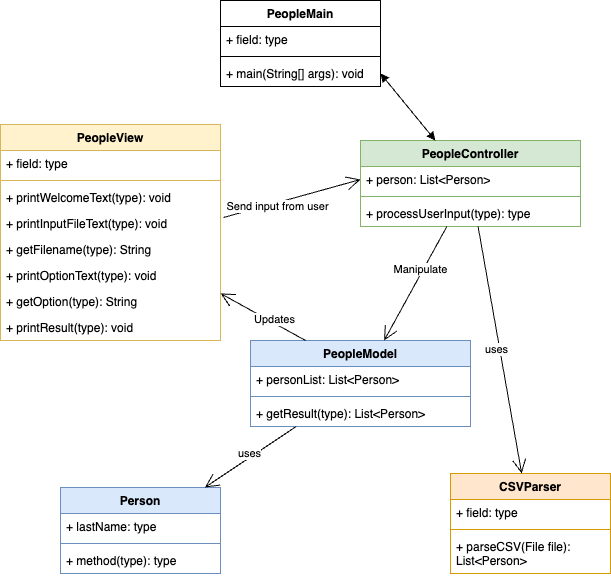
clairetsoi1129/query-people keeps this draw.io diagram as QueryPeople.drawio.png. Above is the earlier version. Source tidied: cells renumbered, new cells last; positions are measured from the earlier drawing's top-left corner, leaving out a move shared by most shapes.
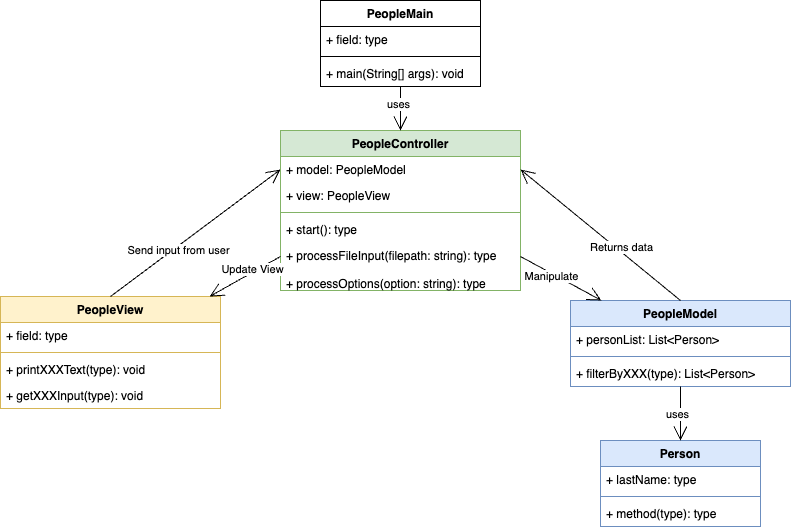
The same diagram one commit later.

Diff of the diagram source:
```diff
@@ -3,7 +3,7 @@
     <mxCell id="0" />
     <mxCell id="1" parent="0" />
     <mxCell id="2" value="Person" style="swimlane;fontStyle=1;align=center;verticalAlign=top;horizontal=1;startSize=26;whiteSpace=wrap;html=1;fillColor=#dae8fc;strokeColor=#6c8ebf;" parent="1" vertex="1">
-      <mxGeometry x="60" y="487" width="160" height="86" as="geometry" />
+      <mxGeometry x="430" y="450" width="160" height="86" as="geometry" />
     </mxCell>
     <mxCell id="3" value="+ lastName: type" style="text;strokeColor=none;fillColor=none;align=left;verticalAlign=top;spacingLeft=4;spacingRight=4;overflow=hidden;whiteSpace=wrap;html=1;" parent="2" vertex="1">
       <mxGeometry y="26" width="160" height="26" as="geometry" />
@@ -15,31 +15,28 @@
       <mxGeometry y="60" width="160" height="26" as="geometry" />
     </mxCell>
     <mxCell id="6" value="PeopleController" style="swimlane;fontStyle=1;align=center;verticalAlign=top;horizontal=1;startSize=26;whiteSpace=wrap;html=1;fillColor=#d5e8d4;strokeColor=#82b366;" parent="1" vertex="1">
-      <mxGeometry x="360" y="140" width="220" height="86" as="geometry" />
+      <mxGeometry x="110" y="140" width="240" height="160" as="geometry" />
     </mxCell>
-    <mxCell id="7" value="+ person: List&amp;lt;Person&amp;gt;" style="text;strokeColor=none;fillColor=none;align=left;verticalAlign=top;spacingLeft=4;spacingRight=4;overflow=hidden;points=[[0,0.5],[1,0.5]];portConstraint=eastwest;whiteSpace=wrap;html=1;" parent="6" vertex="1">
-      <mxGeometry y="26" width="220" height="26" as="geometry" />
+    <mxCell id="7" value="+ model: PeopleModel" style="text;strokeColor=none;fillColor=none;align=left;verticalAlign=top;spacingLeft=4;spacingRight=4;overflow=hidden;points=[[0,0.5],[1,0.5]];portConstraint=eastwest;whiteSpace=wrap;html=1;" parent="6" vertex="1">
+      <mxGeometry y="26" width="240" height="26" as="geometry" />
     </mxCell>
+    <mxCell id="42" value="+ view: PeopleView" style="text;strokeColor=none;fillColor=none;align=left;verticalAlign=top;spacingLeft=4;spacingRight=4;overflow=hidden;whiteSpace=wrap;html=1;" parent="6" vertex="1">
+      <mxGeometry y="52" width="240" height="26" as="geometry" />
+    </mxCell>
     <mxCell id="8" style="line;strokeWidth=1;fillColor=none;align=left;verticalAlign=middle;spacingTop=-1;spacingLeft=3;spacingRight=3;labelPosition=right;strokeColor=inherit;" parent="6" vertex="1">
-      <mxGeometry y="52" width="220" height="8" as="geometry" />
+      <mxGeometry y="78" width="240" height="8" as="geometry" />
     </mxCell>
+    <mxCell id="43" value="+ start(): type" style="text;strokeColor=none;fillColor=none;align=left;verticalAlign=top;spacingLeft=4;spacingRight=4;overflow=hidden;whiteSpace=wrap;html=1;" parent="6" vertex="1">
+      <mxGeometry y="86" width="240" height="26" as="geometry" />
+    </mxCell>
-    <mxCell id="9" value="+ processUserInput(type): type" style="text;strokeColor=none;fillColor=none;align=left;verticalAlign=top;spacingLeft=4;spacingRight=4;overflow=hidden;points=[[0,0.5],[1,0.5]];portConstraint=eastwest;whiteSpace=wrap;html=1;" parent="6" vertex="1">
-      <mxGeometry y="60" width="220" height="26" as="geometry" />
+    <mxCell id="9" value="+ processFileInput(filepath: string): type" style="text;strokeColor=none;fillColor=none;align=left;verticalAlign=top;spacingLeft=4;spacingRight=4;overflow=hidden;points=[[0,0.5],[1,0.5]];portConstraint=eastwest;whiteSpace=wrap;html=1;" parent="6" vertex="1">
+      <mxGeometry y="112" width="240" height="28" as="geometry" />
     </mxCell>
-    <mxCell id="10" value="CSVParser" style="swimlane;fontStyle=1;align=center;verticalAlign=top;horizontal=1;startSize=26;whiteSpace=wrap;html=1;fillColor=#ffe6cc;strokeColor=#d79b00;" parent="1" vertex="1">
-      <mxGeometry x="450" y="473" width="160" height="100" as="geometry" />
-    </mxCell>
-    <mxCell id="11" value="+ field: type" style="text;strokeColor=none;fillColor=none;align=left;verticalAlign=top;spacingLeft=4;spacingRight=4;overflow=hidden;whiteSpace=wrap;html=1;" parent="10" vertex="1">
-      <mxGeometry y="26" width="160" height="26" as="geometry" />
-    </mxCell>
-    <mxCell id="12" style="line;strokeWidth=1;fillColor=none;align=left;verticalAlign=middle;spacingTop=-1;spacingLeft=3;spacingRight=3;labelPosition=right;strokeColor=inherit;" parent="10" vertex="1">
-      <mxGeometry y="52" width="160" height="8" as="geometry" />
-    </mxCell>
-    <mxCell id="13" value="+ parseCSV(File file): List&amp;lt;Person&amp;gt;" style="text;strokeColor=none;fillColor=none;align=left;verticalAlign=top;spacingLeft=4;spacingRight=4;overflow=hidden;whiteSpace=wrap;html=1;" parent="10" vertex="1">
-      <mxGeometry y="60" width="160" height="40" as="geometry" />
-    </mxCell>
+    <mxCell id="44" value="+ processOptions(option: string): type" style="text;strokeColor=none;fillColor=none;align=left;verticalAlign=top;spacingLeft=4;spacingRight=4;overflow=hidden;whiteSpace=wrap;html=1;" parent="6" vertex="1">
+      <mxGeometry y="140" width="240" height="20" as="geometry" />
+    </mxCell>
     <mxCell id="14" value="PeopleMain" style="swimlane;fontStyle=1;align=center;verticalAlign=top;horizontal=1;startSize=26;whiteSpace=wrap;html=1;" parent="1" vertex="1">
-      <mxGeometry x="220" width="160" height="86" as="geometry" />
+      <mxGeometry x="150" y="10" width="160" height="86" as="geometry" />
     </mxCell>
     <mxCell id="15" value="+ field: type" style="text;strokeColor=none;fillColor=none;align=left;verticalAlign=top;spacingLeft=4;spacingRight=4;overflow=hidden;whiteSpace=wrap;html=1;" parent="14" vertex="1">
       <mxGeometry y="26" width="160" height="26" as="geometry" />
@@ -51,7 +48,7 @@
       <mxGeometry y="60" width="160" height="26" as="geometry" />
     </mxCell>
     <mxCell id="18" value="PeopleView" style="swimlane;fontStyle=1;align=center;verticalAlign=top;horizontal=1;startSize=26;whiteSpace=wrap;html=1;fillColor=#fff2cc;strokeColor=#d6b656;" parent="1" vertex="1">
-      <mxGeometry y="124" width="220" height="216" as="geometry" />
+      <mxGeometry x="-170" y="306" width="220" height="112" as="geometry" />
     </mxCell>
     <mxCell id="19" value="+ field: type" style="text;strokeColor=none;fillColor=none;align=left;verticalAlign=top;spacingLeft=4;spacingRight=4;overflow=hidden;whiteSpace=wrap;html=1;" parent="18" vertex="1">
       <mxGeometry y="26" width="220" height="26" as="geometry" />
@@ -59,26 +56,14 @@
     <mxCell id="20" style="line;strokeWidth=1;fillColor=none;align=left;verticalAlign=middle;spacingTop=-1;spacingLeft=3;spacingRight=3;labelPosition=right;strokeColor=inherit;" parent="18" vertex="1">
       <mxGeometry y="52" width="220" height="8" as="geometry" />
     </mxCell>
-    <mxCell id="21" value="+ printWelcomeText(type): void" style="text;strokeColor=none;fillColor=none;align=left;verticalAlign=top;spacingLeft=4;spacingRight=4;overflow=hidden;whiteSpace=wrap;html=1;" parent="18" vertex="1">
+    <mxCell id="21" value="+ printXXXText(type): void" style="text;strokeColor=none;fillColor=none;align=left;verticalAlign=top;spacingLeft=4;spacingRight=4;overflow=hidden;whiteSpace=wrap;html=1;" parent="18" vertex="1">
       <mxGeometry y="60" width="220" height="26" as="geometry" />
     </mxCell>
-    <mxCell id="22" value="+ printInputFileText(type): void" style="text;strokeColor=none;fillColor=none;align=left;verticalAlign=top;spacingLeft=4;spacingRight=4;overflow=hidden;points=[[0,0.5],[1,0.5]];portConstraint=eastwest;whiteSpace=wrap;html=1;" parent="18" vertex="1">
+    <mxCell id="22" value="+ getXXXInput(type): void" style="text;strokeColor=none;fillColor=none;align=left;verticalAlign=top;spacingLeft=4;spacingRight=4;overflow=hidden;points=[[0,0.5],[1,0.5]];portConstraint=eastwest;whiteSpace=wrap;html=1;" parent="18" vertex="1">
       <mxGeometry y="86" width="220" height="26" as="geometry" />
     </mxCell>
-    <mxCell id="23" value="+ getFilename(type): String" style="text;strokeColor=none;fillColor=none;align=left;verticalAlign=top;spacingLeft=4;spacingRight=4;overflow=hidden;whiteSpace=wrap;html=1;" parent="18" vertex="1">
-      <mxGeometry y="112" width="220" height="26" as="geometry" />
-    </mxCell>
-    <mxCell id="24" value="+ printOptionText(type): void" style="text;strokeColor=none;fillColor=none;align=left;verticalAlign=top;spacingLeft=4;spacingRight=4;overflow=hidden;whiteSpace=wrap;html=1;" parent="18" vertex="1">
-      <mxGeometry y="138" width="220" height="26" as="geometry" />
-    </mxCell>
-    <mxCell id="25" value="+ getOption(type): String" style="text;strokeColor=none;fillColor=none;align=left;verticalAlign=top;spacingLeft=4;spacingRight=4;overflow=hidden;whiteSpace=wrap;html=1;" parent="18" vertex="1">
-      <mxGeometry y="164" width="220" height="26" as="geometry" />
-    </mxCell>
-    <mxCell id="26" value="+ printResult(type): void" style="text;strokeColor=none;fillColor=none;align=left;verticalAlign=top;spacingLeft=4;spacingRight=4;overflow=hidden;whiteSpace=wrap;html=1;" parent="18" vertex="1">
-      <mxGeometry y="190" width="220" height="26" as="geometry" />
-    </mxCell>
     <mxCell id="27" value="PeopleModel" style="swimlane;fontStyle=1;align=center;verticalAlign=top;horizontal=1;startSize=26;whiteSpace=wrap;html=1;fillColor=#dae8fc;strokeColor=#6c8ebf;" parent="1" vertex="1">
-      <mxGeometry x="250" y="340" width="220" height="86" as="geometry" />
+      <mxGeometry x="400" y="310" width="220" height="86" as="geometry" />
     </mxCell>
     <mxCell id="28" value="+ personList: List&amp;lt;Person&amp;gt;" style="text;strokeColor=none;fillColor=none;align=left;verticalAlign=top;spacingLeft=4;spacingRight=4;overflow=hidden;whiteSpace=wrap;html=1;" parent="27" vertex="1">
       <mxGeometry y="26" width="220" height="26" as="geometry" />
@@ -86,28 +71,25 @@
     <mxCell id="29" style="line;strokeWidth=1;fillColor=none;align=left;verticalAlign=middle;spacingTop=-1;spacingLeft=3;spacingRight=3;labelPosition=right;strokeColor=inherit;" parent="27" vertex="1">
       <mxGeometry y="52" width="220" height="8" as="geometry" />
     </mxCell>
-    <mxCell id="30" value="+ getResult(type): List&amp;lt;Person&amp;gt;" style="text;strokeColor=none;fillColor=none;align=left;verticalAlign=top;spacingLeft=4;spacingRight=4;overflow=hidden;whiteSpace=wrap;html=1;" parent="27" vertex="1">
+    <mxCell id="30" value="+ filterByXXX(type): List&amp;lt;Person&amp;gt;" style="text;strokeColor=none;fillColor=none;align=left;verticalAlign=top;spacingLeft=4;spacingRight=4;overflow=hidden;whiteSpace=wrap;html=1;" parent="27" vertex="1">
       <mxGeometry y="60" width="220" height="26" as="geometry" />
     </mxCell>
-    <mxCell id="31" style="endArrow=block;startArrow=block;endFill=1;startFill=1;html=1;rounded=0;exitX=1;exitY=0.5;exitDx=0;exitDy=0;" parent="1" edge="1" source="17" target="6">
-      <mxGeometry relative="1" as="geometry" />
-    </mxCell>
-    <mxCell id="32" style="endArrow=open;endFill=1;endSize=12;html=1;rounded=0;exitX=1.014;exitY=0.269;exitDx=0;exitDy=0;exitPerimeter=0;entryX=0;entryY=0.5;entryDx=0;entryDy=0;" parent="1" edge="1" source="22" target="7">
+    <mxCell id="32" style="endArrow=open;endFill=1;endSize=12;html=1;rounded=0;entryX=0;entryY=0.5;entryDx=0;entryDy=0;exitX=0.5;exitY=0;exitDx=0;exitDy=0;" parent="1" edge="1" source="18" target="7">
       <mxGeometry relative="1" as="geometry" />
     </mxCell>
     <mxCell id="33" value="Send input from user" style="edgeLabel;html=1;align=center;verticalAlign=middle;" parent="32" vertex="1">
       <mxGeometry x="-0.23" y="-3" relative="1" as="geometry" />
     </mxCell>
-    <mxCell id="34" style="endArrow=open;endFill=1;endSize=12;html=1;rounded=0;" parent="1" edge="1" source="6" target="27">
+    <mxCell id="34" style="endArrow=open;endFill=1;endSize=12;html=1;rounded=0;exitX=1;exitY=0.5;exitDx=0;exitDy=0;" parent="1" edge="1" source="9" target="27">
       <mxGeometry relative="1" as="geometry" />
     </mxCell>
     <mxCell id="35" value="Manipulate" style="edgeLabel;html=1;align=center;verticalAlign=middle;" parent="34" vertex="1">
       <mxGeometry x="-0.23" y="-3" relative="1" as="geometry" />
     </mxCell>
-    <mxCell id="36" style="endArrow=open;endFill=1;endSize=12;html=1;rounded=0;exitX=0.25;exitY=0;exitDx=0;exitDy=0;" parent="1" edge="1" source="27" target="18">
+    <mxCell id="36" style="endArrow=open;endFill=1;endSize=12;html=1;rounded=0;exitX=0.5;exitY=0;exitDx=0;exitDy=0;entryX=1;entryY=0.5;entryDx=0;entryDy=0;" parent="1" edge="1" source="27" target="7">
       <mxGeometry relative="1" as="geometry" />
     </mxCell>
-    <mxCell id="37" value="Updates" style="edgeLabel;html=1;align=center;verticalAlign=middle;" parent="36" vertex="1">
+    <mxCell id="37" value="Returns data" style="edgeLabel;html=1;align=center;verticalAlign=middle;" parent="36" vertex="1">
       <mxGeometry x="-0.23" y="-3" relative="1" as="geometry" />
     </mxCell>
     <mxCell id="38" style="endArrow=open;endFill=1;endSize=12;html=1;rounded=0;" parent="1" edge="1" source="27" target="2">
@@ -116,11 +98,17 @@
     <mxCell id="39" value="uses" style="edgeLabel;html=1;align=center;verticalAlign=middle;" parent="38" vertex="1">
       <mxGeometry x="-0.01" y="-4" relative="1" as="geometry" />
     </mxCell>
-    <mxCell id="40" style="endArrow=open;endFill=1;endSize=12;html=1;rounded=0;" parent="1" edge="1" source="6" target="10">
-      <mxGeometry relative="1" as="geometry" />
-    </mxCell>
+    <mxCell id="45" style="endArrow=open;endFill=1;endSize=12;html=1;rounded=0;exitX=0;exitY=0.5;exitDx=0;exitDy=0;" parent="1" edge="1" source="9" target="18">
+      <mxGeometry relative="1" as="geometry" />
+    </mxCell>
+    <mxCell id="46" value="Update View" style="edgeLabel;html=1;align=center;verticalAlign=middle;" parent="45" vertex="1">
+      <mxGeometry x="-0.23" y="-3" relative="1" as="geometry" />
+    </mxCell>
+    <mxCell id="47" style="endArrow=open;endFill=1;endSize=12;html=1;rounded=0;" parent="1" edge="1" source="14" target="6">
+      <mxGeometry relative="1" as="geometry" />
+    </mxCell>
-    <mxCell id="41" value="uses" style="edgeLabel;html=1;align=center;verticalAlign=middle;" parent="40" vertex="1">
-      <mxGeometry x="-0.01" y="-4" relative="1" as="geometry" />
+    <mxCell id="41" value="uses" style="edgeLabel;html=1;align=center;verticalAlign=middle;" parent="47" vertex="1">
+      <mxGeometry x="-0.23" y="-3" relative="1" as="geometry" />
     </mxCell>
   </root>
 </mxGraphModel>
```
